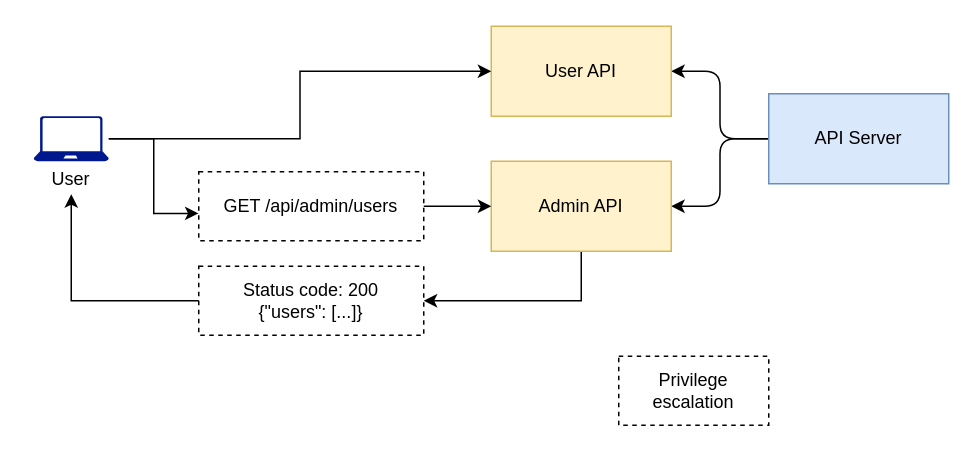
The draw.io diagram page "4.16" (16 of 20) of ch04.drawio in abunuwas/api-sec-book-imgs, before the edit. Source tidied: cells renumbered, new cells numbered last; positions are measured from the earlier drawing's top-left corner, leaving out a move shared by most shapes. Both pictures are drawn from the tidied source at 150%, with x=0, y=0 at pixel (26, 26).
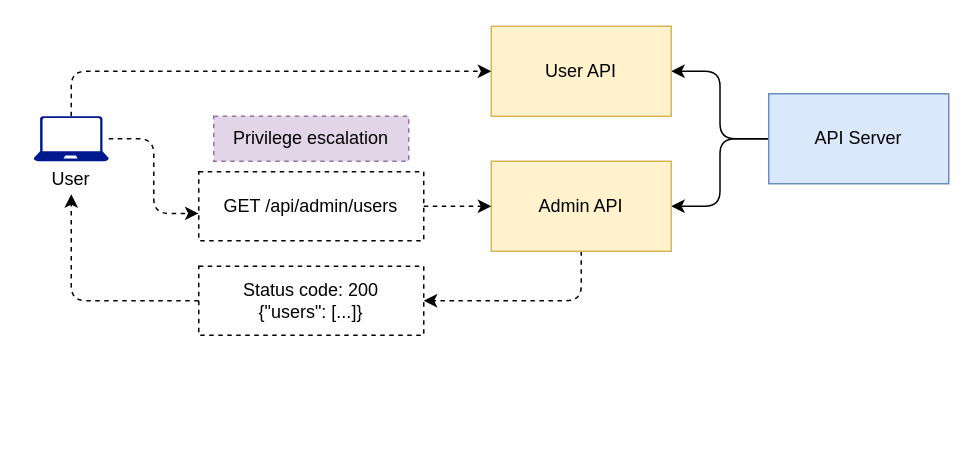
The same page after the edit.

Change to the diagram source:
```diff
@@
 <mxGraphModel>
   <root>
     <mxCell id="0" />
     <mxCell id="1" parent="0" />
     <mxCell id="2" style="edgeStyle=orthogonalEdgeStyle;rounded=1;jettySize=auto;html=1;entryX=1;entryY=0.5;entryDx=0;entryDy=0;curved=0;" parent="1" edge="1" source="4" target="5">
       <mxGeometry relative="1" as="geometry" />
     </mxCell>
     <mxCell id="3" style="edgeStyle=orthogonalEdgeStyle;rounded=1;jettySize=auto;html=1;entryX=1;entryY=0.5;entryDx=0;entryDy=0;curved=0;" parent="1" edge="1" source="4" target="7">
       <mxGeometry relative="1" as="geometry" />
     </mxCell>
     <mxCell id="4" value="API Server" style="rounded=0;whiteSpace=wrap;html=1;fillColor=#dae8fc;strokeColor=#6c8ebf;" parent="1" vertex="1">
       <mxGeometry x="495" y="45" width="120" height="60" as="geometry" />
     </mxCell>
     <mxCell id="5" value="User API" style="rounded=0;whiteSpace=wrap;html=1;fillColor=#fff2cc;strokeColor=#d6b656;" parent="1" vertex="1">
       <mxGeometry x="310" width="120" height="60" as="geometry" />
     </mxCell>
-    <mxCell id="6" style="edgeStyle=orthogonalEdgeStyle;rounded=0;jettySize=auto;html=1;entryX=1;entryY=0.5;entryDx=0;entryDy=0;" parent="1" edge="1" source="7" target="15">
+    <mxCell id="6" style="edgeStyle=orthogonalEdgeStyle;rounded=1;jettySize=auto;html=1;entryX=1;entryY=0.5;entryDx=0;entryDy=0;curved=0;dashed=1;" parent="1" edge="1" source="7" target="15">
       <mxGeometry relative="1" as="geometry">
         <Array as="points">
           <mxPoint x="370" y="183" />
         </Array>
       </mxGeometry>
     </mxCell>
     <mxCell id="7" value="Admin API" style="rounded=0;whiteSpace=wrap;html=1;fillColor=#fff2cc;strokeColor=#d6b656;" parent="1" vertex="1">
       <mxGeometry x="310" y="90" width="120" height="60" as="geometry" />
     </mxCell>
-    <mxCell id="8" style="edgeStyle=orthogonalEdgeStyle;rounded=0;jettySize=auto;html=1;entryX=0;entryY=0.5;entryDx=0;entryDy=0;" parent="1" edge="1" source="9" target="5">
-      <mxGeometry relative="1" as="geometry" />
+    <mxCell id="8" style="edgeStyle=orthogonalEdgeStyle;rounded=1;jettySize=auto;html=1;entryX=0;entryY=0.5;entryDx=0;entryDy=0;curved=0;dashed=1;" parent="1" edge="1" source="9" target="5">
+      <mxGeometry relative="1" as="geometry">
+        <Array as="points">
+          <mxPoint x="30" y="30" />
+        </Array>
+      </mxGeometry>
     </mxCell>
     <mxCell id="9" style="sketch=0;shadow=0;dashed=0;html=1;strokeColor=none;labelPosition=center;verticalLabelPosition=bottom;verticalAlign=top;align=center;fillColor=#00188D;shape=mxgraph.azure.laptop;" parent="1" vertex="1">
       <mxGeometry x="5" y="60" width="50" height="30" as="geometry" />
     </mxCell>
-    <mxCell id="10" value="Privilege escalation" style="text;html=1;align=center;verticalAlign=middle;whiteSpace=wrap;rounded=0;strokeColor=default;dashed=1;" parent="1" vertex="1">
-      <mxGeometry x="395" y="220" width="100" height="46" as="geometry" />
+    <mxCell id="10" value="Privilege escalation" style="text;html=1;align=center;verticalAlign=middle;whiteSpace=wrap;rounded=0;strokeColor=#9673a6;dashed=1;fillColor=#e1d5e7;" parent="1" vertex="1">
+      <mxGeometry x="125" y="60" width="130" height="30" as="geometry" />
     </mxCell>
-    <mxCell id="11" style="edgeStyle=orthogonalEdgeStyle;rounded=0;jettySize=auto;html=1;entryX=-0.001;entryY=0.604;entryDx=0;entryDy=0;entryPerimeter=0;" parent="1" edge="1" source="9" target="13">
+    <mxCell id="11" style="edgeStyle=orthogonalEdgeStyle;rounded=1;jettySize=auto;html=1;entryX=-0.001;entryY=0.604;entryDx=0;entryDy=0;entryPerimeter=0;curved=0;dashed=1;" parent="1" edge="1" source="9" target="13">
       <mxGeometry relative="1" as="geometry" />
     </mxCell>
-    <mxCell id="12" style="edgeStyle=orthogonalEdgeStyle;rounded=0;jettySize=auto;html=1;entryX=0;entryY=0.5;entryDx=0;entryDy=0;" parent="1" edge="1" source="13" target="7">
+    <mxCell id="12" style="edgeStyle=orthogonalEdgeStyle;rounded=1;jettySize=auto;html=1;entryX=0;entryY=0.5;entryDx=0;entryDy=0;curved=0;dashed=1;" parent="1" edge="1" source="13" target="7">
       <mxGeometry relative="1" as="geometry" />
     </mxCell>
     <mxCell id="13" value="GET /api/admin/users" style="text;html=1;align=center;verticalAlign=middle;whiteSpace=wrap;rounded=0;strokeColor=default;dashed=1;" parent="1" vertex="1">
       <mxGeometry x="115" y="97" width="150" height="46" as="geometry" />
     </mxCell>
-    <mxCell id="14" style="edgeStyle=orthogonalEdgeStyle;rounded=0;jettySize=auto;html=1;entryX=0.5;entryY=1;entryDx=0;entryDy=0;" parent="1" edge="1" source="15" target="16">
+    <mxCell id="14" style="edgeStyle=orthogonalEdgeStyle;rounded=1;jettySize=auto;html=1;entryX=0.5;entryY=1;entryDx=0;entryDy=0;curved=0;dashed=1;" parent="1" edge="1" source="15" target="16">
       <mxGeometry relative="1" as="geometry" />
     </mxCell>
     <mxCell id="15" value="Status code: 200&lt;div&gt;{&quot;users&quot;: [...]}&lt;/div&gt;" style="text;html=1;align=center;verticalAlign=middle;whiteSpace=wrap;rounded=0;strokeColor=default;dashed=1;" parent="1" vertex="1">
       <mxGeometry x="115" y="160" width="150" height="46" as="geometry" />
     </mxCell>
     <mxCell id="16" value="User" style="text;html=1;align=center;verticalAlign=middle;whiteSpace=wrap;rounded=0;" parent="1" vertex="1">
       <mxGeometry y="92" width="60" height="20" as="geometry" />
     </mxCell>
   </root>
 </mxGraphModel>
```
